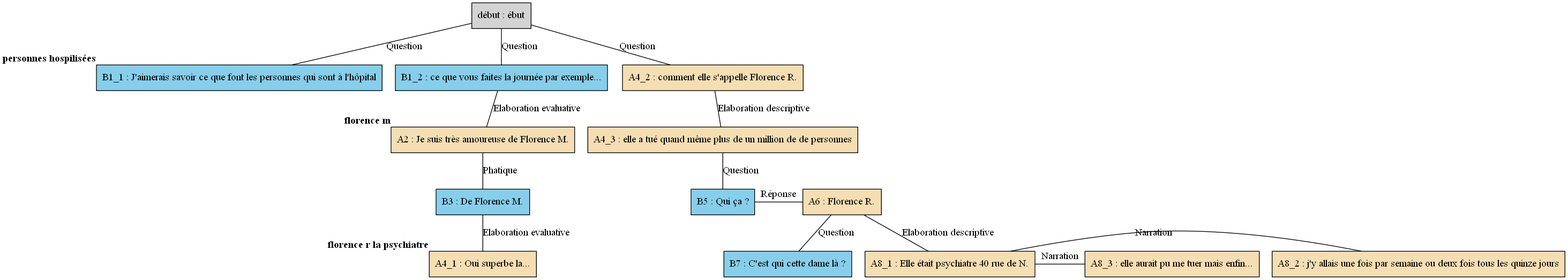
The Graphviz diagram arbres/Florence/Florence_-_E01.gv.png in AlaixComet/AnnotationSlamPTut, before a commit. Its source is kept beside it as arbres/Florence/Florence_-_E01.gv. Source of this version:
```dot
digraph E01 {
	node [shape=box style=filled]
	"début" [label="début : ébut" xlabel=""]
	B1_1 [label="B1_1 : J'aimerais savoir ce que font les personnes qui sont à l'hôpital" fillcolor=skyblue xlabel=<<B>personnes hospilisées</B>>]
	B1_2 [label="B1_2 : ce que vous faites la journée par exemple..." fillcolor=skyblue xlabel=""]
	A2 [label="A2 : Je suis très amoureuse de Florence M." fillcolor=wheat xlabel=<<B>florence m</B>>]
	B3 [label="B3 : De Florence M." fillcolor=skyblue xlabel=""]
	A4_1 [label="A4_1 : Oui superbe la..." fillcolor=wheat xlabel=<<B>florence r la psychiatre</B>>]
	A4_2 [label="A4_2 : comment elle s'appelle Florence R." fillcolor=wheat xlabel=""]
	A4_3 [label="A4_3 : elle a tué quand même plus de un million de de personnes" fillcolor=wheat xlabel=""]
	B5 [label="B5 : Qui ça ?" fillcolor=skyblue xlabel=""]
	A6 [label="A6 : Florence R." fillcolor=wheat xlabel=""]
	B7 [label="B7 : C'est qui cette dame là ?" fillcolor=skyblue xlabel=""]
	A8_1 [label="A8_1 : Elle était psychiatre 40 rue de N." fillcolor=wheat xlabel=""]
	A8_2 [label="A8_2 : j'y allais une fois par semaine ou deux fois tous les quinze jours" fillcolor=wheat xlabel=""]
	A8_3 [label="A8_3 : elle aurait pu me tuer mais enfin..." fillcolor=wheat xlabel=""]
	"début" -> B1_1 [label=Question dir=none]
	"début" -> B1_2 [label=Question dir=none]
	B1_2 -> A2 [label="Elaboration evaluative" dir=none]
	A2 -> B3 [label=Phatique dir=none]
	B3 -> A4_1 [label="Elaboration evaluative" dir=none]
	"début" -> A4_2 [label=Question dir=none]
	A4_2 -> A4_3 [label="Elaboration descriptive" dir=none]
	A4_3 -> B5 [label=Question dir=none]
	{
		rank=same
		B5
		A6
		B5 -> A6 [label="Réponse" dir=none]
	}
	A6 -> B7 [label=Question dir=none]
	A6 -> A8_1 [label="Elaboration descriptive" dir=none]
	{
		rank=same
		A8_1
		A8_2
		A8_1 -> A8_2 [label=Narration dir=none]
	}
	{
		rank=same
		A8_1
		A8_3
		A8_1 -> A8_3 [label=Narration dir=none]
	}
}
```
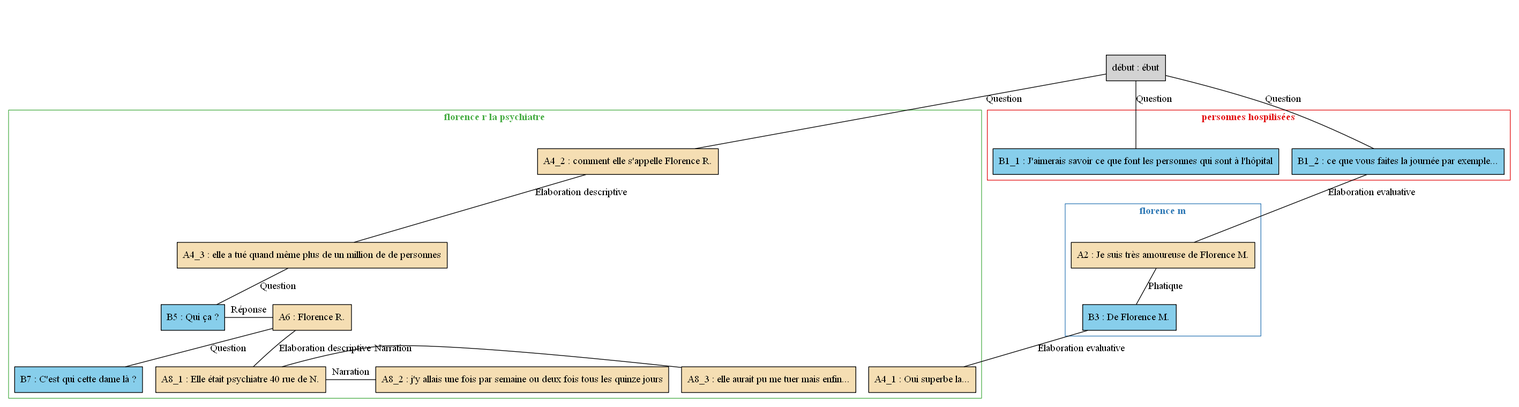
The same file after the commit.

What changed in the source:
```diff
@@ -1,45 +1,67 @@
 digraph E01 {
 	node [shape=box style=filled]
-	"début" [label="début : ébut" xlabel=""]
-	B1_1 [label="B1_1 : J'aimerais savoir ce que font les personnes qui sont à l'hôpital" fillcolor=skyblue xlabel=<<B>personnes hospilisées</B>>]
-	B1_2 [label="B1_2 : ce que vous faites la journée par exemple..." fillcolor=skyblue xlabel=""]
-	A2 [label="A2 : Je suis très amoureuse de Florence M." fillcolor=wheat xlabel=<<B>florence m</B>>]
-	B3 [label="B3 : De Florence M." fillcolor=skyblue xlabel=""]
-	A4_1 [label="A4_1 : Oui superbe la..." fillcolor=wheat xlabel=<<B>florence r la psychiatre</B>>]
-	A4_2 [label="A4_2 : comment elle s'appelle Florence R." fillcolor=wheat xlabel=""]
-	A4_3 [label="A4_3 : elle a tué quand même plus de un million de de personnes" fillcolor=wheat xlabel=""]
-	B5 [label="B5 : Qui ça ?" fillcolor=skyblue xlabel=""]
-	A6 [label="A6 : Florence R." fillcolor=wheat xlabel=""]
-	B7 [label="B7 : C'est qui cette dame là ?" fillcolor=skyblue xlabel=""]
-	A8_1 [label="A8_1 : Elle était psychiatre 40 rue de N." fillcolor=wheat xlabel=""]
-	A8_2 [label="A8_2 : j'y allais une fois par semaine ou deux fois tous les quinze jours" fillcolor=wheat xlabel=""]
-	A8_3 [label="A8_3 : elle aurait pu me tuer mais enfin..." fillcolor=wheat xlabel=""]
-	"début" -> B1_1 [label=Question dir=none]
-	"début" -> B1_2 [label=Question dir=none]
-	B1_2 -> A2 [label="Elaboration evaluative" dir=none]
-	A2 -> B3 [label=Phatique dir=none]
-	B3 -> A4_1 [label="Elaboration evaluative" dir=none]
-	"début" -> A4_2 [label=Question dir=none]
-	A4_2 -> A4_3 [label="Elaboration descriptive" dir=none]
-	A4_3 -> B5 [label=Question dir=none]
-	{
-		rank=same
+	newrank=true
+	zero [style=invis]
+	"début" [label="début : ébut"]
+	B1_1 [label="B1_1 : J'aimerais savoir ce que font les personnes qui sont à l'hôpital" fillcolor=skyblue]
+	B1_2 [label="B1_2 : ce que vous faites la journée par exemple..." fillcolor=skyblue]
+	A2 [label="A2 : Je suis très amoureuse de Florence M." fillcolor=wheat]
+	B3 [label="B3 : De Florence M." fillcolor=skyblue]
+	A4_1 [label="A4_1 : Oui superbe la..." fillcolor=wheat]
+	A4_2 [label="A4_2 : comment elle s'appelle Florence R." fillcolor=wheat]
+	A4_3 [label="A4_3 : elle a tué quand même plus de un million de de personnes" fillcolor=wheat]
+	B5 [label="B5 : Qui ça ?" fillcolor=skyblue]
+	A6 [label="A6 : Florence R." fillcolor=wheat]
+	B7 [label="B7 : C'est qui cette dame là ?" fillcolor=skyblue]
+	A8_1 [label="A8_1 : Elle était psychiatre 40 rue de N." fillcolor=wheat]
+	A8_2 [label="A8_2 : j'y allais une fois par semaine ou deux fois tous les quinze jours" fillcolor=wheat]
+	A8_3 [label="A8_3 : elle aurait pu me tuer mais enfin..." fillcolor=wheat]
+	zero -> "début" [label="" style=invis]
+	"début" -> B1_1 [label=Question dir=none weight=2]
+	"début" -> B1_2 [label=Question dir=none weight=2]
+	B1_2 -> A2 [label="Elaboration evaluative" dir=none weight=2]
+	A2 -> B3 [label=Phatique dir=none weight=2]
+	B3 -> A4_1 [label="Elaboration evaluative" dir=none weight=2]
+	"début" -> A4_2 [label=Question dir=none weight=2]
+	A4_2 -> A4_3 [label="Elaboration descriptive" dir=none weight=2]
+	A4_3 -> B5 [label=Question dir=none weight=2]
+	A4_3 -> A6 [style=invis weight=1]
+	B5 -> A6 [label="Réponse" constraint=false dir=none]
+	A6 -> B7 [label=Question dir=none weight=2]
+	A6 -> A8_1 [label="Elaboration descriptive" dir=none weight=2]
+	A6 -> A8_2 [style=invis weight=1]
+	A8_1 -> A8_2 [label=Narration constraint=false dir=none]
+	A6 -> A8_3 [style=invis weight=1]
+	A8_1 -> A8_3 [label=Narration constraint=false dir=none]
+	subgraph cluster_1 {
+		label=<<B>personnes hospilisées</B>>
+		colorscheme=set19
+		color=1
+		fontcolor=1
+		B1_1
+		B1_2
+	}
+	subgraph cluster_2 {
+		label=<<B>florence m</B>>
+		colorscheme=set19
+		color=2
+		fontcolor=2
+		A2
+		B3
+	}
+	subgraph cluster_3 {
+		label=<<B>florence r la psychiatre</B>>
+		colorscheme=set19
+		color=3
+		fontcolor=3
+		A4_1
+		A4_2
+		A4_3
 		B5
 		A6
-		B5 -> A6 [label="Réponse" dir=none]
-	}
-	A6 -> B7 [label=Question dir=none]
-	A6 -> A8_1 [label="Elaboration descriptive" dir=none]
-	{
-		rank=same
+		B7
 		A8_1
 		A8_2
-		A8_1 -> A8_2 [label=Narration dir=none]
-	}
-	{
-		rank=same
-		A8_1
 		A8_3
-		A8_1 -> A8_3 [label=Narration dir=none]
 	}
 }
```
